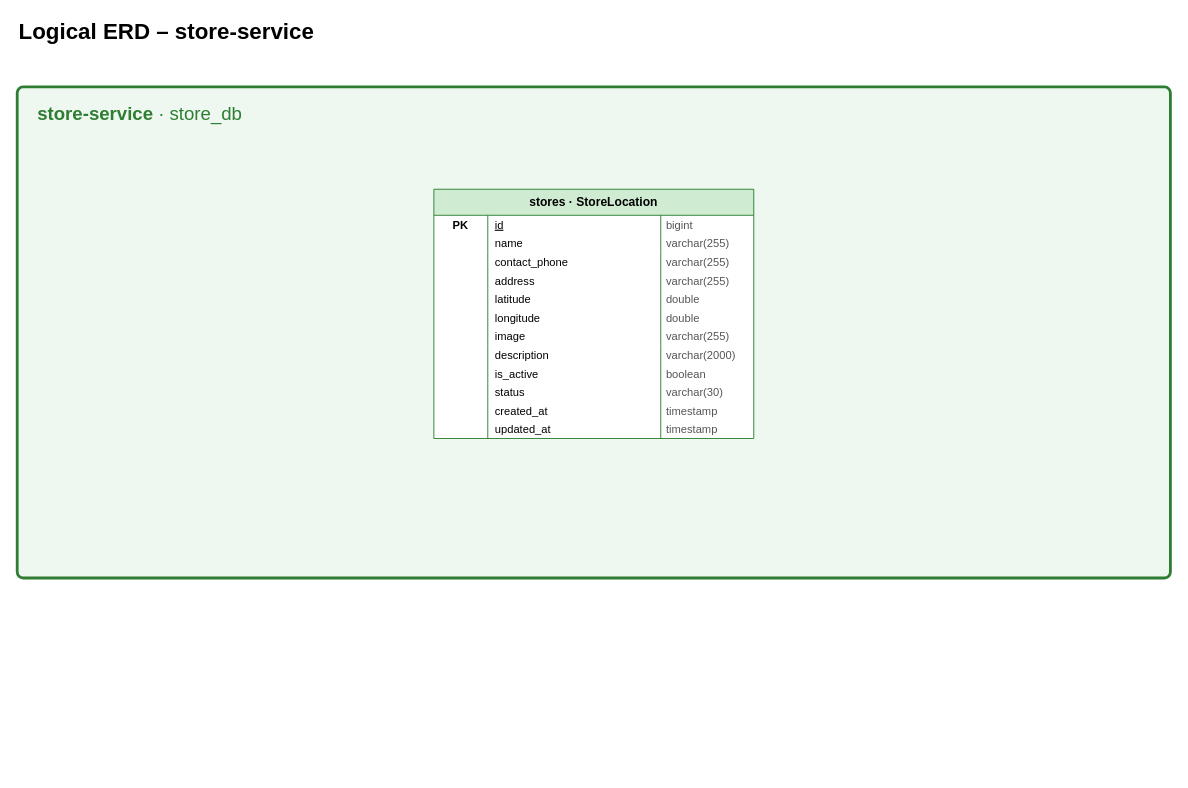
This is rp3/srs-assets/logical-erd-microservices/03-store-service.drawio from LockR-Tech/docs, a draw.io file, before an edit. Source tidied: cells renumbered, new cells numbered last; positions are measured from the earlier drawing's top-left corner, leaving out a move shared by most shapes. Both pictures are drawn from the tidied source at 93%, with x=0, y=0 at pixel (17, 16).
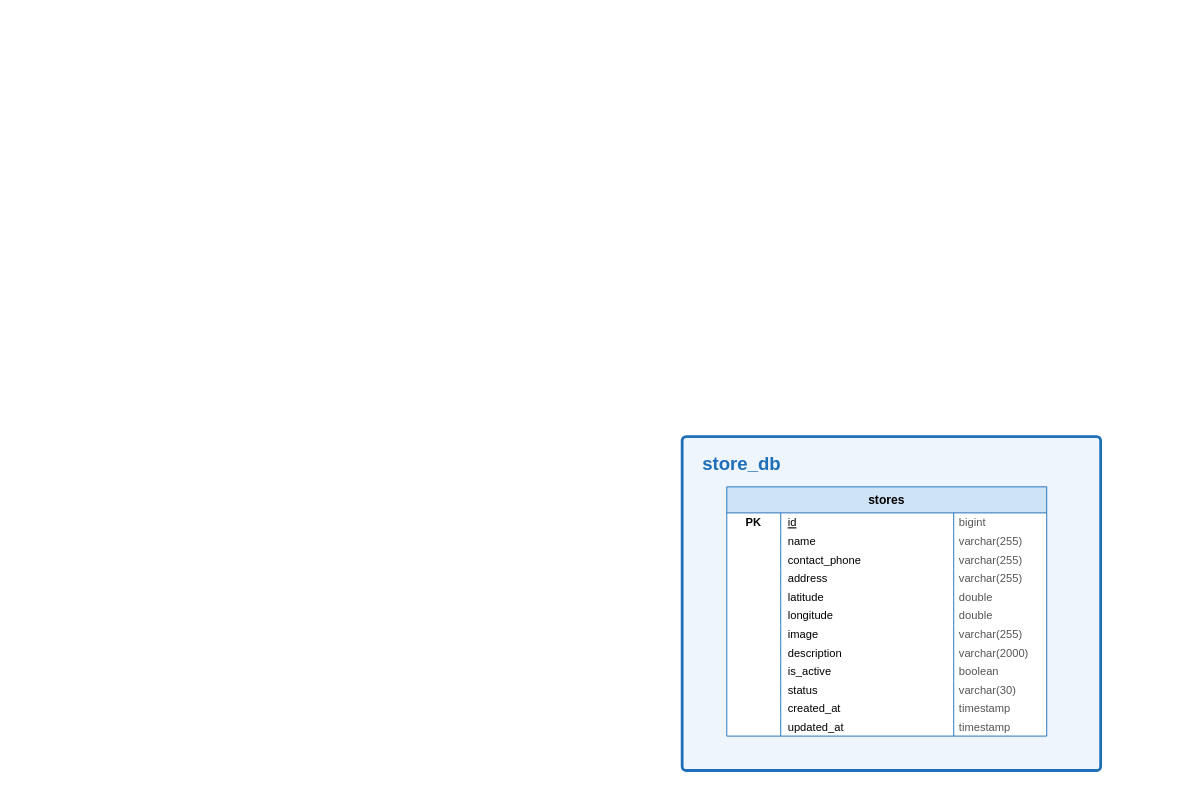
The same page after the edit.

Change to the diagram source:
```diff
@@
-    <mxCell id="2" style="rounded=1;arcSize=1.2;fillColor=#EFF8F0;strokeColor=#2E7D32;strokeWidth=3;html=1;" parent="1" vertex="1">
-      <mxGeometry y="76" width="1240" height="528" as="geometry" />
-    </mxCell>
-    <mxCell id="3" value="&lt;b&gt;store-service&lt;/b&gt;  ·  store_db" style="text;html=1;align=left;verticalAlign=middle;fontSize=20;fontColor=#2E7D32;fontFamily=Helvetica;" parent="1" vertex="1">
-      <mxGeometry x="20" y="86" width="1200" height="36" as="geometry" />
-    </mxCell>
-    <mxCell id="4" value="stores  ·  StoreLocation" style="shape=table;startSize=28;childLayout=tableLayout;rowLines=0;fontStyle=1;align=center;html=1;whiteSpace=wrap;fontSize=13;fillColor=#CFEBD2;swimlaneFillColor=#FFFFFF;strokeColor=#2E7D32;fontFamily=Helvetica;" parent="1" vertex="1">
-      <mxGeometry x="448" y="186" width="344" height="268" as="geometry" />
-    </mxCell>
+    <mxCell id="54" style="rounded=1;arcSize=1.2;fillColor=#EEF5FD;strokeColor=#1E6FB8;strokeWidth=3;html=1;" parent="1" vertex="1">
+      <mxGeometry x="715" y="452" width="450" height="359" as="geometry" />
+    </mxCell>
+    <mxCell id="55" value="&lt;b&gt;store_db&lt;/b&gt;" style="text;html=1;align=left;verticalAlign=middle;fontSize=20;fontColor=#1E6FB8;fontFamily=Helvetica;" parent="1" vertex="1">
+      <mxGeometry x="735" y="462" width="393" height="36" as="geometry" />
+    </mxCell>
+    <mxCell id="56" value="stores" style="shape=table;startSize=28;childLayout=tableLayout;rowLines=0;fontStyle=1;align=center;html=1;whiteSpace=wrap;fontSize=13;fillColor=#CFE3F7;swimlaneFillColor=#FFFFFF;strokeColor=#1E6FB8;fontFamily=Helvetica;" parent="1" vertex="1">
+      <mxGeometry x="763" y="506" width="344" height="268" as="geometry" />
+    </mxCell>
-    <mxCell id="5" style="shape=tableRow;horizontal=0;startSize=0;swimlaneHead=0;swimlaneBody=0;fillColor=none;strokeColor=inherit;top=0;left=0;right=0;bottom=0;fontSize=12;" parent="4" vertex="1">
+    <mxCell id="5" style="shape=tableRow;horizontal=0;startSize=0;swimlaneHead=0;swimlaneBody=0;fillColor=none;strokeColor=inherit;top=0;left=0;right=0;bottom=0;fontSize=12;" parent="56" vertex="1">
       <mxGeometry y="28" width="344" height="20" as="geometry" />
     </mxCell>
@@
-    <mxCell id="9" style="shape=tableRow;horizontal=0;startSize=0;swimlaneHead=0;swimlaneBody=0;fillColor=none;strokeColor=inherit;top=0;left=0;right=0;bottom=0;fontSize=12;" parent="4" vertex="1">
+    <mxCell id="9" style="shape=tableRow;horizontal=0;startSize=0;swimlaneHead=0;swimlaneBody=0;fillColor=none;strokeColor=inherit;top=0;left=0;right=0;bottom=0;fontSize=12;" parent="56" vertex="1">
       <mxGeometry y="48" width="344" height="20" as="geometry" />
     </mxCell>
-    <mxCell id="10" style="shape=partialRectangle;fillColor=none;top=0;left=0;bottom=0;right=0;overflow=hidden;fontSize=12;fontFamily=Helvetica;align=center;fontStyle=1;fontColor=#000000;" parent="9" vertex="1">
-      <mxGeometry width="58" height="20" as="geometry" />
-    </mxCell>
+    <mxCell id="57" style="shape=partialRectangle;fillColor=none;top=0;left=0;bottom=0;right=0;overflow=hidden;fontSize=12;fontFamily=Helvetica;align=center;fontStyle=1;fontColor=#000000;" parent="9" vertex="1">
+      <mxGeometry width="58" height="20" as="geometry" />
+    </mxCell>
@@
-    <mxCell id="12" value="varchar(255)" style="shape=partialRectangle;fillColor=none;top=0;left=0;bottom=0;right=0;overflow=hidden;fontSize=12;fontFamily=Helvetica;align=left;spacingLeft=4;fontColor=#555555;" parent="9" vertex="1">
-      <mxGeometry x="244" width="100" height="20" as="geometry" />
-    </mxCell>
+    <mxCell id="58" value="varchar(255)" style="shape=partialRectangle;fillColor=none;top=0;left=0;bottom=0;right=0;overflow=hidden;fontSize=12;fontFamily=Helvetica;align=left;spacingLeft=4;fontColor=#555555;" parent="9" vertex="1">
+      <mxGeometry x="244" width="100" height="20" as="geometry" />
+    </mxCell>
-    <mxCell id="13" style="shape=tableRow;horizontal=0;startSize=0;swimlaneHead=0;swimlaneBody=0;fillColor=none;strokeColor=inherit;top=0;left=0;right=0;bottom=0;fontSize=12;" parent="4" vertex="1">
+    <mxCell id="13" style="shape=tableRow;horizontal=0;startSize=0;swimlaneHead=0;swimlaneBody=0;fillColor=none;strokeColor=inherit;top=0;left=0;right=0;bottom=0;fontSize=12;" parent="56" vertex="1">
       <mxGeometry y="68" width="344" height="20" as="geometry" />
     </mxCell>
-    <mxCell id="14" style="shape=partialRectangle;fillColor=none;top=0;left=0;bottom=0;right=0;overflow=hidden;fontSize=12;fontFamily=Helvetica;align=center;fontStyle=1;fontColor=#000000;" parent="13" vertex="1">
-      <mxGeometry width="58" height="20" as="geometry" />
-    </mxCell>
+    <mxCell id="59" style="shape=partialRectangle;fillColor=none;top=0;left=0;bottom=0;right=0;overflow=hidden;fontSize=12;fontFamily=Helvetica;align=center;fontStyle=1;fontColor=#000000;" parent="13" vertex="1">
+      <mxGeometry width="58" height="20" as="geometry" />
+    </mxCell>
@@
-    <mxCell id="16" value="varchar(255)" style="shape=partialRectangle;fillColor=none;top=0;left=0;bottom=0;right=0;overflow=hidden;fontSize=12;fontFamily=Helvetica;align=left;spacingLeft=4;fontColor=#555555;" parent="13" vertex="1">
-      <mxGeometry x="244" width="100" height="20" as="geometry" />
-    </mxCell>
+    <mxCell id="60" value="varchar(255)" style="shape=partialRectangle;fillColor=none;top=0;left=0;bottom=0;right=0;overflow=hidden;fontSize=12;fontFamily=Helvetica;align=left;spacingLeft=4;fontColor=#555555;" parent="13" vertex="1">
+      <mxGeometry x="244" width="100" height="20" as="geometry" />
+    </mxCell>
-    <mxCell id="17" style="shape=tableRow;horizontal=0;startSize=0;swimlaneHead=0;swimlaneBody=0;fillColor=none;strokeColor=inherit;top=0;left=0;right=0;bottom=0;fontSize=12;" parent="4" vertex="1">
+    <mxCell id="17" style="shape=tableRow;horizontal=0;startSize=0;swimlaneHead=0;swimlaneBody=0;fillColor=none;strokeColor=inherit;top=0;left=0;right=0;bottom=0;fontSize=12;" parent="56" vertex="1">
       <mxGeometry y="88" width="344" height="20" as="geometry" />
     </mxCell>
-    <mxCell id="18" style="shape=partialRectangle;fillColor=none;top=0;left=0;bottom=0;right=0;overflow=hidden;fontSize=12;fontFamily=Helvetica;align=center;fontStyle=1;fontColor=#000000;" parent="17" vertex="1">
-      <mxGeometry width="58" height="20" as="geometry" />
-    </mxCell>
+    <mxCell id="61" style="shape=partialRectangle;fillColor=none;top=0;left=0;bottom=0;right=0;overflow=hidden;fontSize=12;fontFamily=Helvetica;align=center;fontStyle=1;fontColor=#000000;" parent="17" vertex="1">
+      <mxGeometry width="58" height="20" as="geometry" />
+    </mxCell>
@@
-    <mxCell id="20" value="varchar(255)" style="shape=partialRectangle;fillColor=none;top=0;left=0;bottom=0;right=0;overflow=hidden;fontSize=12;fontFamily=Helvetica;align=left;spacingLeft=4;fontColor=#555555;" parent="17" vertex="1">
-      <mxGeometry x="244" width="100" height="20" as="geometry" />
-    </mxCell>
+    <mxCell id="62" value="varchar(255)" style="shape=partialRectangle;fillColor=none;top=0;left=0;bottom=0;right=0;overflow=hidden;fontSize=12;fontFamily=Helvetica;align=left;spacingLeft=4;fontColor=#555555;" parent="17" vertex="1">
+      <mxGeometry x="244" width="100" height="20" as="geometry" />
+    </mxCell>
-    <mxCell id="21" style="shape=tableRow;horizontal=0;startSize=0;swimlaneHead=0;swimlaneBody=0;fillColor=none;strokeColor=inherit;top=0;left=0;right=0;bottom=0;fontSize=12;" parent="4" vertex="1">
+    <mxCell id="21" style="shape=tableRow;horizontal=0;startSize=0;swimlaneHead=0;swimlaneBody=0;fillColor=none;strokeColor=inherit;top=0;left=0;right=0;bottom=0;fontSize=12;" parent="56" vertex="1">
       <mxGeometry y="108" width="344" height="20" as="geometry" />
     </mxCell>
-    <mxCell id="22" style="shape=partialRectangle;fillColor=none;top=0;left=0;bottom=0;right=0;overflow=hidden;fontSize=12;fontFamily=Helvetica;align=center;fontStyle=1;fontColor=#000000;" parent="21" vertex="1">
-      <mxGeometry width="58" height="20" as="geometry" />
-    </mxCell>
+    <mxCell id="63" style="shape=partialRectangle;fillColor=none;top=0;left=0;bottom=0;right=0;overflow=hidden;fontSize=12;fontFamily=Helvetica;align=center;fontStyle=1;fontColor=#000000;" parent="21" vertex="1">
+      <mxGeometry width="58" height="20" as="geometry" />
+    </mxCell>
@@
-    <mxCell id="24" value="double" style="shape=partialRectangle;fillColor=none;top=0;left=0;bottom=0;right=0;overflow=hidden;fontSize=12;fontFamily=Helvetica;align=left;spacingLeft=4;fontColor=#555555;" parent="21" vertex="1">
-      <mxGeometry x="244" width="100" height="20" as="geometry" />
-    </mxCell>
+    <mxCell id="64" value="double" style="shape=partialRectangle;fillColor=none;top=0;left=0;bottom=0;right=0;overflow=hidden;fontSize=12;fontFamily=Helvetica;align=left;spacingLeft=4;fontColor=#555555;" parent="21" vertex="1">
+      <mxGeometry x="244" width="100" height="20" as="geometry" />
+    </mxCell>
-    <mxCell id="25" style="shape=tableRow;horizontal=0;startSize=0;swimlaneHead=0;swimlaneBody=0;fillColor=none;strokeColor=inherit;top=0;left=0;right=0;bottom=0;fontSize=12;" parent="4" vertex="1">
+    <mxCell id="25" style="shape=tableRow;horizontal=0;startSize=0;swimlaneHead=0;swimlaneBody=0;fillColor=none;strokeColor=inherit;top=0;left=0;right=0;bottom=0;fontSize=12;" parent="56" vertex="1">
       <mxGeometry y="128" width="344" height="20" as="geometry" />
     </mxCell>
-    <mxCell id="26" style="shape=partialRectangle;fillColor=none;top=0;left=0;bottom=0;right=0;overflow=hidden;fontSize=12;fontFamily=Helvetica;align=center;fontStyle=1;fontColor=#000000;" parent="25" vertex="1">
-      <mxGeometry width="58" height="20" as="geometry" />
-    </mxCell>
+    <mxCell id="65" style="shape=partialRectangle;fillColor=none;top=0;left=0;bottom=0;right=0;overflow=hidden;fontSize=12;fontFamily=Helvetica;align=center;fontStyle=1;fontColor=#000000;" parent="25" vertex="1">
+      <mxGeometry width="58" height="20" as="geometry" />
+    </mxCell>
@@
-    <mxCell id="28" value="double" style="shape=partialRectangle;fillColor=none;top=0;left=0;bottom=0;right=0;overflow=hidden;fontSize=12;fontFamily=Helvetica;align=left;spacingLeft=4;fontColor=#555555;" parent="25" vertex="1">
-      <mxGeometry x="244" width="100" height="20" as="geometry" />
-    </mxCell>
+    <mxCell id="66" value="double" style="shape=partialRectangle;fillColor=none;top=0;left=0;bottom=0;right=0;overflow=hidden;fontSize=12;fontFamily=Helvetica;align=left;spacingLeft=4;fontColor=#555555;" parent="25" vertex="1">
+      <mxGeometry x="244" width="100" height="20" as="geometry" />
+    </mxCell>
-    <mxCell id="29" style="shape=tableRow;horizontal=0;startSize=0;swimlaneHead=0;swimlaneBody=0;fillColor=none;strokeColor=inherit;top=0;left=0;right=0;bottom=0;fontSize=12;" parent="4" vertex="1">
+    <mxCell id="29" style="shape=tableRow;horizontal=0;startSize=0;swimlaneHead=0;swimlaneBody=0;fillColor=none;strokeColor=inherit;top=0;left=0;right=0;bottom=0;fontSize=12;" parent="56" vertex="1">
       <mxGeometry y="148" width="344" height="20" as="geometry" />
     </mxCell>
-    <mxCell id="30" style="shape=partialRectangle;fillColor=none;top=0;left=0;bottom=0;right=0;overflow=hidden;fontSize=12;fontFamily=Helvetica;align=center;fontStyle=1;fontColor=#000000;" parent="29" vertex="1">
-      <mxGeometry width="58" height="20" as="geometry" />
-    </mxCell>
+    <mxCell id="67" style="shape=partialRectangle;fillColor=none;top=0;left=0;bottom=0;right=0;overflow=hidden;fontSize=12;fontFamily=Helvetica;align=center;fontStyle=1;fontColor=#000000;" parent="29" vertex="1">
+      <mxGeometry width="58" height="20" as="geometry" />
+    </mxCell>
@@
-    <mxCell id="32" value="varchar(255)" style="shape=partialRectangle;fillColor=none;top=0;left=0;bottom=0;right=0;overflow=hidden;fontSize=12;fontFamily=Helvetica;align=left;spacingLeft=4;fontColor=#555555;" parent="29" vertex="1">
-      <mxGeometry x="244" width="100" height="20" as="geometry" />
-    </mxCell>
+    <mxCell id="68" value="varchar(255)" style="shape=partialRectangle;fillColor=none;top=0;left=0;bottom=0;right=0;overflow=hidden;fontSize=12;fontFamily=Helvetica;align=left;spacingLeft=4;fontColor=#555555;" parent="29" vertex="1">
+      <mxGeometry x="244" width="100" height="20" as="geometry" />
+    </mxCell>
-    <mxCell id="33" style="shape=tableRow;horizontal=0;startSize=0;swimlaneHead=0;swimlaneBody=0;fillColor=none;strokeColor=inherit;top=0;left=0;right=0;bottom=0;fontSize=12;" parent="4" vertex="1">
+    <mxCell id="33" style="shape=tableRow;horizontal=0;startSize=0;swimlaneHead=0;swimlaneBody=0;fillColor=none;strokeColor=inherit;top=0;left=0;right=0;bottom=0;fontSize=12;" parent="56" vertex="1">
       <mxGeometry y="168" width="344" height="20" as="geometry" />
     </mxCell>
-    <mxCell id="34" style="shape=partialRectangle;fillColor=none;top=0;left=0;bottom=0;right=0;overflow=hidden;fontSize=12;fontFamily=Helvetica;align=center;fontStyle=1;fontColor=#000000;" parent="33" vertex="1">
-      <mxGeometry width="58" height="20" as="geometry" />
-    </mxCell>
+    <mxCell id="69" style="shape=partialRectangle;fillColor=none;top=0;left=0;bottom=0;right=0;overflow=hidden;fontSize=12;fontFamily=Helvetica;align=center;fontStyle=1;fontColor=#000000;" parent="33" vertex="1">
+      <mxGeometry width="58" height="20" as="geometry" />
+    </mxCell>
@@
-    <mxCell id="37" style="shape=tableRow;horizontal=0;startSize=0;swimlaneHead=0;swimlaneBody=0;fillColor=none;strokeColor=inherit;top=0;left=0;right=0;bottom=0;fontSize=12;" parent="4" vertex="1">
+    <mxCell id="37" style="shape=tableRow;horizontal=0;startSize=0;swimlaneHead=0;swimlaneBody=0;fillColor=none;strokeColor=inherit;top=0;left=0;right=0;bottom=0;fontSize=12;" parent="56" vertex="1">
       <mxGeometry y="188" width="344" height="20" as="geometry" />
     </mxCell>
-    <mxCell id="38" style="shape=partialRectangle;fillColor=none;top=0;left=0;bottom=0;right=0;overflow=hidden;fontSize=12;fontFamily=Helvetica;align=center;fontStyle=1;fontColor=#000000;" parent="37" vertex="1">
-      <mxGeometry width="58" height="20" as="geometry" />
-    </mxCell>
+    <mxCell id="70" style="shape=partialRectangle;fillColor=none;top=0;left=0;bottom=0;right=0;overflow=hidden;fontSize=12;fontFamily=Helvetica;align=center;fontStyle=1;fontColor=#000000;" parent="37" vertex="1">
+      <mxGeometry width="58" height="20" as="geometry" />
+    </mxCell>
@@
-    <mxCell id="41" style="shape=tableRow;horizontal=0;startSize=0;swimlaneHead=0;swimlaneBody=0;fillColor=none;strokeColor=inherit;top=0;left=0;right=0;bottom=0;fontSize=12;" parent="4" vertex="1">
+    <mxCell id="41" style="shape=tableRow;horizontal=0;startSize=0;swimlaneHead=0;swimlaneBody=0;fillColor=none;strokeColor=inherit;top=0;left=0;right=0;bottom=0;fontSize=12;" parent="56" vertex="1">
       <mxGeometry y="208" width="344" height="20" as="geometry" />
     </mxCell>
-    <mxCell id="42" style="shape=partialRectangle;fillColor=none;top=0;left=0;bottom=0;right=0;overflow=hidden;fontSize=12;fontFamily=Helvetica;align=center;fontStyle=1;fontColor=#000000;" parent="41" vertex="1">
-      <mxGeometry width="58" height="20" as="geometry" />
-    </mxCell>
+    <mxCell id="71" style="shape=partialRectangle;fillColor=none;top=0;left=0;bottom=0;right=0;overflow=hidden;fontSize=12;fontFamily=Helvetica;align=center;fontStyle=1;fontColor=#000000;" parent="41" vertex="1">
+      <mxGeometry width="58" height="20" as="geometry" />
+    </mxCell>
@@
-    <mxCell id="45" style="shape=tableRow;horizontal=0;startSize=0;swimlaneHead=0;swimlaneBody=0;fillColor=none;strokeColor=inherit;top=0;left=0;right=0;bottom=0;fontSize=12;" parent="4" vertex="1">
+    <mxCell id="45" style="shape=tableRow;horizontal=0;startSize=0;swimlaneHead=0;swimlaneBody=0;fillColor=none;strokeColor=inherit;top=0;left=0;right=0;bottom=0;fontSize=12;" parent="56" vertex="1">
       <mxGeometry y="228" width="344" height="20" as="geometry" />
     </mxCell>
-    <mxCell id="46" style="shape=partialRectangle;fillColor=none;top=0;left=0;bottom=0;right=0;overflow=hidden;fontSize=12;fontFamily=Helvetica;align=center;fontStyle=1;fontColor=#000000;" parent="45" vertex="1">
-      <mxGeometry width="58" height="20" as="geometry" />
-    </mxCell>
+    <mxCell id="72" style="shape=partialRectangle;fillColor=none;top=0;left=0;bottom=0;right=0;overflow=hidden;fontSize=12;fontFamily=Helvetica;align=center;fontStyle=1;fontColor=#000000;" parent="45" vertex="1">
+      <mxGeometry width="58" height="20" as="geometry" />
+    </mxCell>
@@
-    <mxCell id="48" value="timestamp" style="shape=partialRectangle;fillColor=none;top=0;left=0;bottom=0;right=0;overflow=hidden;fontSize=12;fontFamily=Helvetica;align=left;spacingLeft=4;fontColor=#555555;" parent="45" vertex="1">
-      <mxGeometry x="244" width="100" height="20" as="geometry" />
-    </mxCell>
+    <mxCell id="73" value="timestamp" style="shape=partialRectangle;fillColor=none;top=0;left=0;bottom=0;right=0;overflow=hidden;fontSize=12;fontFamily=Helvetica;align=left;spacingLeft=4;fontColor=#555555;" parent="45" vertex="1">
+      <mxGeometry x="244" width="100" height="20" as="geometry" />
+    </mxCell>
-    <mxCell id="49" style="shape=tableRow;horizontal=0;startSize=0;swimlaneHead=0;swimlaneBody=0;fillColor=none;strokeColor=inherit;top=0;left=0;right=0;bottom=0;fontSize=12;" parent="4" vertex="1">
+    <mxCell id="49" style="shape=tableRow;horizontal=0;startSize=0;swimlaneHead=0;swimlaneBody=0;fillColor=none;strokeColor=inherit;top=0;left=0;right=0;bottom=0;fontSize=12;" parent="56" vertex="1">
       <mxGeometry y="248" width="344" height="20" as="geometry" />
     </mxCell>
-    <mxCell id="50" style="shape=partialRectangle;fillColor=none;top=0;left=0;bottom=0;right=0;overflow=hidden;fontSize=12;fontFamily=Helvetica;align=center;fontStyle=1;fontColor=#000000;" parent="49" vertex="1">
-      <mxGeometry width="58" height="20" as="geometry" />
-    </mxCell>
+    <mxCell id="74" style="shape=partialRectangle;fillColor=none;top=0;left=0;bottom=0;right=0;overflow=hidden;fontSize=12;fontFamily=Helvetica;align=center;fontStyle=1;fontColor=#000000;" parent="49" vertex="1">
+      <mxGeometry width="58" height="20" as="geometry" />
+    </mxCell>
@@
-    <mxCell id="52" value="timestamp" style="shape=partialRectangle;fillColor=none;top=0;left=0;bottom=0;right=0;overflow=hidden;fontSize=12;fontFamily=Helvetica;align=left;spacingLeft=4;fontColor=#555555;" parent="49" vertex="1">
-      <mxGeometry x="244" width="100" height="20" as="geometry" />
-    </mxCell>
-    <mxCell id="53" value="&lt;b&gt;Logical ERD – store-service&lt;/b&gt;" style="text;html=1;align=left;verticalAlign=middle;fontSize=24;fontFamily=Helvetica;" parent="1" vertex="1">
-      <mxGeometry width="1240" height="34" as="geometry" />
-    </mxCell>
+    <mxCell id="75" value="timestamp" style="shape=partialRectangle;fillColor=none;top=0;left=0;bottom=0;right=0;overflow=hidden;fontSize=12;fontFamily=Helvetica;align=left;spacingLeft=4;fontColor=#555555;" parent="49" vertex="1">
+      <mxGeometry x="244" width="100" height="20" as="geometry" />
+    </mxCell>
```
